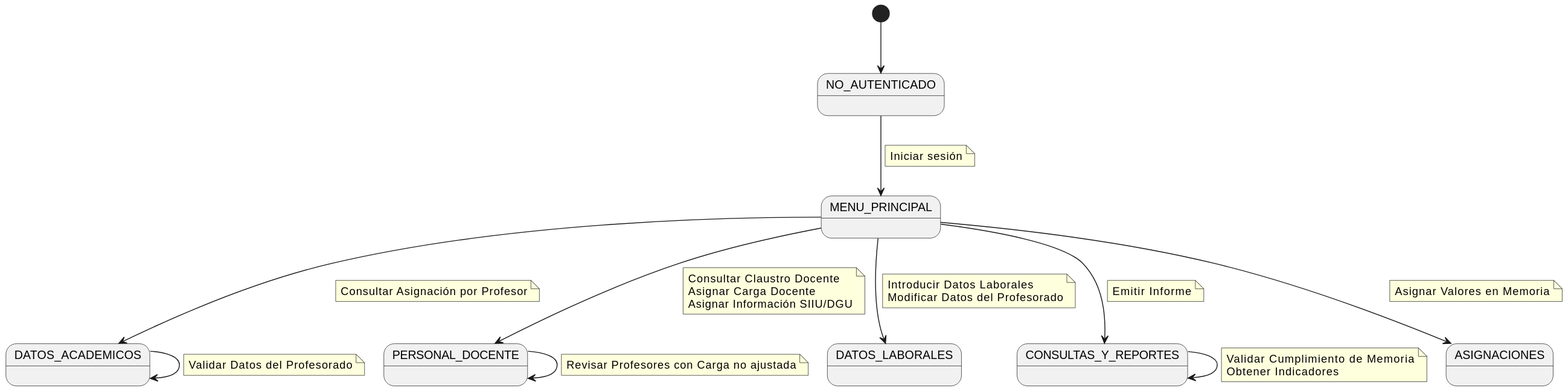
This is images/modelosUML/CdU/DiagramaDeContexto/Administrador.svg from mmasias/24-25-IdSw1-SDR, a PlantUML export, as it was before one commit.
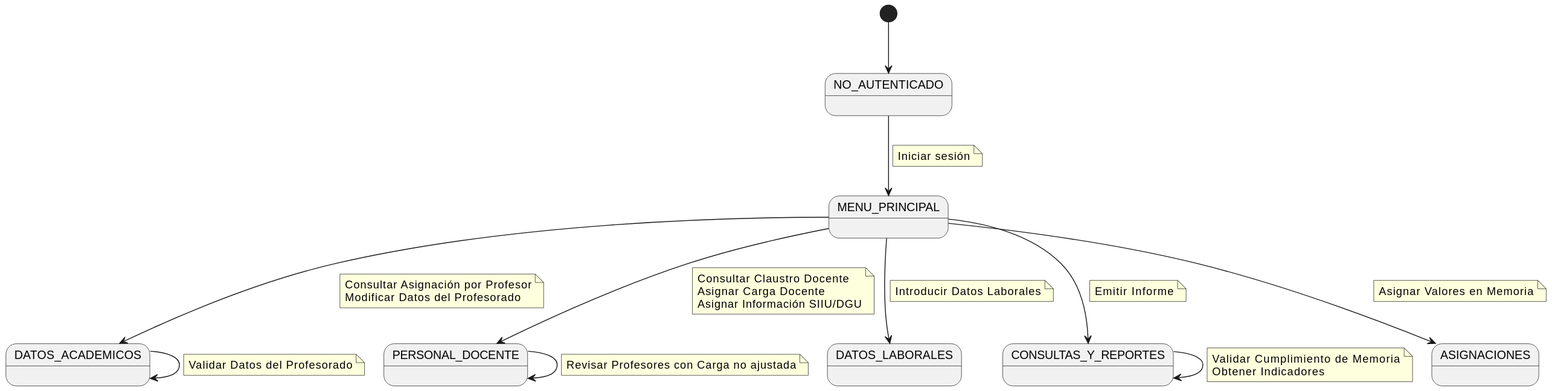
Later version of the same file.

Commit message:
Actualizar diagramas de contexto para RRHH y Administrador, mejorando la claridad de las notas en los enlaces y ajustando la tabla de actores y casos de uso.

What changed in the source:
```diff
@@ -10,51 +10,51 @@
 [*] --> NoAuth
 
 NoAuth --> Menu
-    note on link
-        Iniciar sesión
-    end note
+note on link
+    Iniciar sesión
+end note
 
 Menu --> Acad
-    note on link
-        Consultar Asignación por Profesor
-    end note
+note on link
+    Consultar Asignación por Profesor
+    Modificar Datos del Profesorado
+end note
 
 Menu --> Pers
-    note on link
-        Consultar Claustro Docente
-        Asignar Carga Docente
-        Asignar Información SIIU/DGU
-    end note
+note on link
+    Consultar Claustro Docente
+    Asignar Carga Docente
+    Asignar Información SIIU/DGU
+end note
 
 Menu --> Lab
-    note on link
-        Introducir Datos Laborales
-        Modificar Datos del Profesorado
-    end note
+note on link
+    Introducir Datos Laborales
+end note
 
 Menu --> Cons
-    note on link
-        Emitir Informe
-    end note
+note on link
+    Emitir Informe
+end note
 
 Menu --> Asig
-    note on link
-        Asignar Valores en Memoria
-    end note
+note on link
+    Asignar Valores en Memoria
+end note
 
 Acad --> Acad
-    note on link
-        Validar Datos del Profesorado
-    end note
+note on link
+    Validar Datos del Profesorado
+end note
 
 Cons --> Cons
-    note on link
-        Validar Cumplimiento de Memoria
-        Obtener Indicadores
-    end note
+note on link
+    Validar Cumplimiento de Memoria
+    Obtener Indicadores
+end note
 
 Pers --> Pers
-    note on link
-        Revisar Profesores con Carga no ajustada
-    end note
+note on link
+    Revisar Profesores con Carga no ajustada
+end note
 @enduml
```
